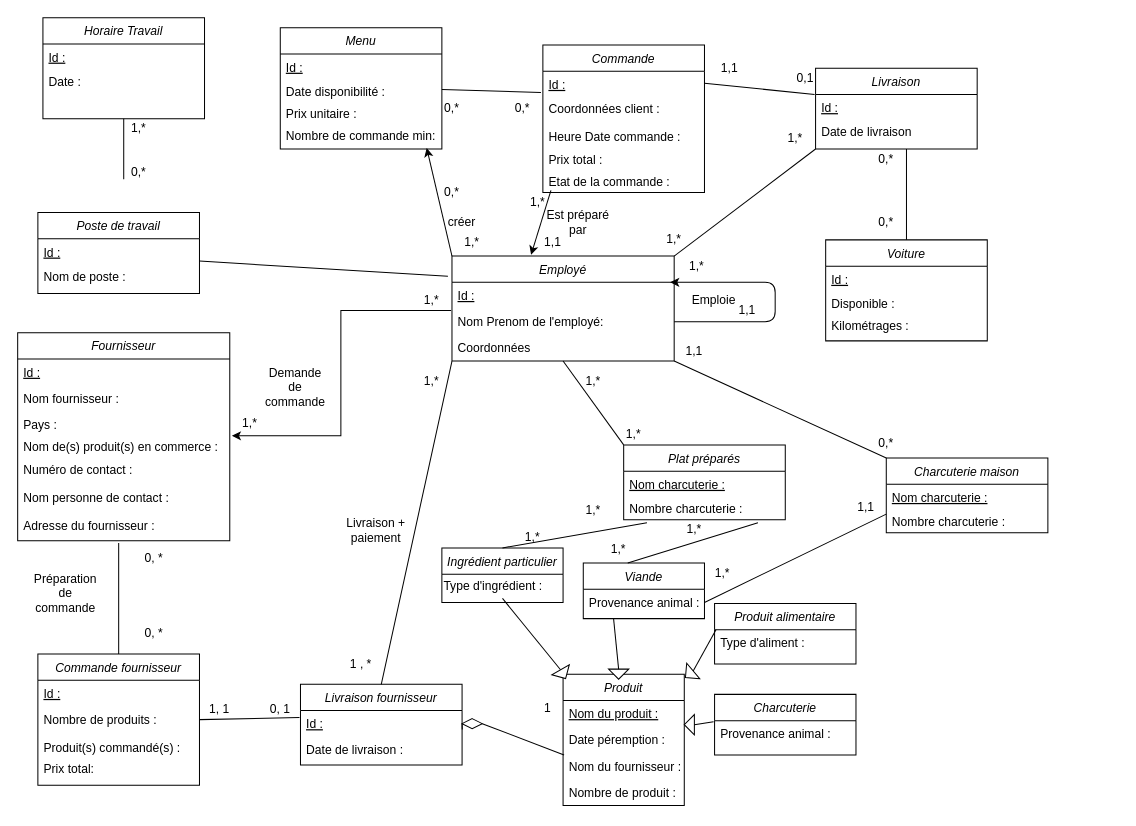
Earlier version of the draw.io diagram Untitled Diagram.drawio (NHatim/aca). Source tidied: cells renumbered, new cells numbered last; positions are measured from the earlier drawing's top-left corner, leaving out a move shared by most shapes. Both pictures are drawn from the tidied source at 101%, with x=0, y=0 at pixel (17, 17).
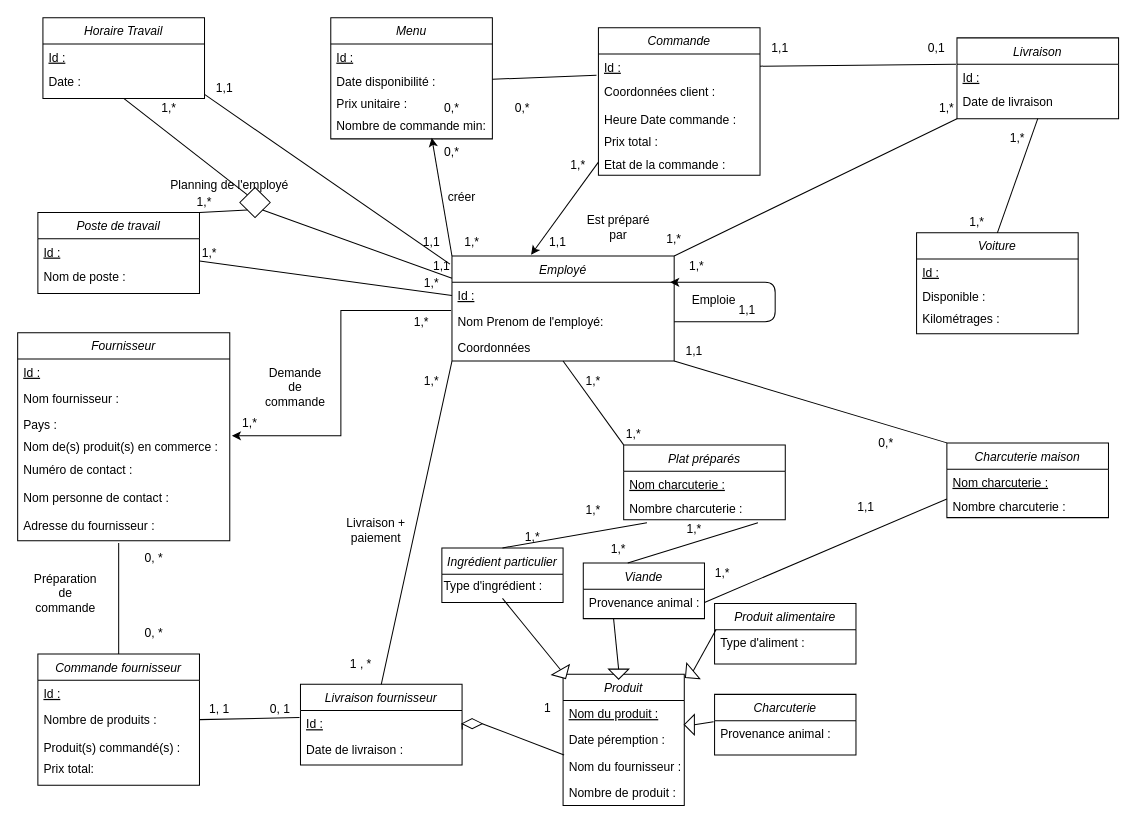
After the change.

Unchanged cells that the change refers to:
```xml
<mxCell id="33" value="Employé" style="swimlane;fontStyle=2;align=center;verticalAlign=top;horizontal=1;startSize=26;rounded=0;shadow=0;strokeWidth=1;" parent="1" vertex="1">
  <mxGeometry x="430" y="236" width="220" height="104" as="geometry" />
</mxCell>
<mxCell id="34" value="Id :" style="text;align=left;verticalAlign=top;spacingLeft=4;spacingRight=4;overflow=hidden;points=[[0,0.5],[1,0.5]];portConstraint=eastwest;fontStyle=4;" parent="33" vertex="1">
  <mxGeometry y="26" width="220" height="26" as="geometry" />
</mxCell>
<mxCell id="74" value="Etat de la commande :" style="text;align=left;verticalAlign=top;spacingLeft=4;spacingRight=4;overflow=hidden;points=[[0,0.5],[1,0.5]];portConstraint=eastwest;" parent="69" vertex="1">
  <mxGeometry y="122" width="160" height="22" as="geometry" />
</mxCell>
<mxCell id="86" value="Nombre de commande min:" style="text;align=left;verticalAlign=top;spacingLeft=4;spacingRight=4;overflow=hidden;points=[[0,0.5],[1,0.5]];portConstraint=eastwest;" parent="82" vertex="1">
  <mxGeometry y="94" width="160" height="22" as="geometry" />
</mxCell>
<mxCell id="127" value="Date :" style="text;align=left;verticalAlign=top;spacingLeft=4;spacingRight=4;overflow=hidden;points=[[0,0.5],[1,0.5]];portConstraint=eastwest;" parent="125" vertex="1">
  <mxGeometry y="50" width="160" height="22" as="geometry" />
</mxCell>
<mxCell id="128" value="Poste de travail" style="swimlane;fontStyle=2;align=center;verticalAlign=top;horizontal=1;startSize=26;rounded=0;shadow=0;strokeWidth=1;" parent="1" vertex="1">
  <mxGeometry x="20" y="193" width="160" height="80" as="geometry" />
</mxCell>
<mxCell id="130" value="Nom de poste :" style="text;align=left;verticalAlign=top;spacingLeft=4;spacingRight=4;overflow=hidden;points=[[0,0.5],[1,0.5]];portConstraint=eastwest;" parent="128" vertex="1">
  <mxGeometry y="50" width="160" height="22" as="geometry" />
</mxCell>
```

What changed in the source:
```diff
@@
     <mxCell id="56" value="Charcuterie maison" style="swimlane;fontStyle=2;align=center;verticalAlign=top;horizontal=1;startSize=26;rounded=0;shadow=0;strokeWidth=1;" parent="1" vertex="1">
-      <mxGeometry x="860" y="436" width="160" height="74" as="geometry" />
+      <mxGeometry x="920" y="421" width="160" height="74" as="geometry" />
     </mxCell>
@@
     <mxCell id="69" value="Commande" style="swimlane;fontStyle=2;align=center;verticalAlign=top;horizontal=1;startSize=26;rounded=0;shadow=0;strokeWidth=1;" parent="1" vertex="1">
-      <mxGeometry x="520" y="27" width="160" height="146" as="geometry" />
+      <mxGeometry x="575" y="10" width="160" height="146" as="geometry" />
     </mxCell>
@@
-    <mxCell id="75" style="endArrow=classic;html=1;entryX=0.356;entryY=-0.012;entryDx=0;entryDy=0;entryPerimeter=0;" parent="1" edge="1" target="33">
-      <mxGeometry relative="1" as="geometry">
-        <mxPoint x="528" y="171" as="sourcePoint" />
-      </mxGeometry>
+    <mxCell id="75" style="endArrow=classic;html=1;entryX=0.356;entryY=-0.012;entryDx=0;entryDy=0;entryPerimeter=0;exitX=0;exitY=0.5;exitDx=0;exitDy=0;" parent="1" edge="1" source="74" target="33">
+      <mxGeometry relative="1" as="geometry" />
     </mxCell>
     <mxCell id="76" value="Est préparé par" style="text;html=1;strokeColor=none;fillColor=none;align=center;verticalAlign=middle;whiteSpace=wrap;rounded=0;" parent="1" vertex="1">
-      <mxGeometry x="520" y="193" width="70" height="20" as="geometry" />
+      <mxGeometry x="560" y="198" width="70" height="20" as="geometry" />
     </mxCell>
     <mxCell id="77" value="1,*" style="text;html=1;strokeColor=none;fillColor=none;align=center;verticalAlign=middle;whiteSpace=wrap;rounded=0;" parent="1" vertex="1">
-      <mxGeometry x="495" y="173" width="40" height="20" as="geometry" />
+      <mxGeometry x="535" y="136" width="40" height="20" as="geometry" />
     </mxCell>
     <mxCell id="78" value="1,1" style="text;html=1;strokeColor=none;fillColor=none;align=center;verticalAlign=middle;whiteSpace=wrap;rounded=0;" parent="1" vertex="1">
-      <mxGeometry x="510" y="213" width="40" height="20" as="geometry" />
+      <mxGeometry x="515" y="213" width="40" height="20" as="geometry" />
     </mxCell>
@@
     <mxCell id="81" value="1,*" style="text;html=1;strokeColor=none;fillColor=none;align=center;verticalAlign=middle;whiteSpace=wrap;rounded=0;" parent="1" vertex="1">
-      <mxGeometry x="390" y="270" width="40" height="20" as="geometry" />
+      <mxGeometry x="380" y="292" width="40" height="20" as="geometry" />
     </mxCell>
     <mxCell id="82" value="Menu" style="swimlane;fontStyle=2;align=center;verticalAlign=top;horizontal=1;startSize=26;rounded=0;shadow=0;strokeWidth=1;" parent="1" vertex="1">
-      <mxGeometry x="260" y="10" width="160" height="120" as="geometry" />
+      <mxGeometry x="310" width="160" height="120" as="geometry" />
     </mxCell>
@@
     <mxCell id="88" value="créer" style="text;html=1;strokeColor=none;fillColor=none;align=center;verticalAlign=middle;whiteSpace=wrap;rounded=0;" parent="1" vertex="1">
-      <mxGeometry x="420" y="193" width="40" height="20" as="geometry" />
+      <mxGeometry x="420" y="168" width="40" height="20" as="geometry" />
     </mxCell>
@@
     <mxCell id="90" value="0,*" style="text;html=1;strokeColor=none;fillColor=none;align=center;verticalAlign=middle;whiteSpace=wrap;rounded=0;" parent="1" vertex="1">
-      <mxGeometry x="410" y="163" width="40" height="20" as="geometry" />
+      <mxGeometry x="410" y="123" width="40" height="20" as="geometry" />
     </mxCell>
-    <mxCell id="91" style="endArrow=classic;html=1;entryX=0.906;entryY=1.136;entryDx=0;entryDy=0;entryPerimeter=0;exitX=0;exitY=0;exitDx=0;exitDy=0;" parent="1" edge="1" source="33" target="86">
-      <mxGeometry relative="1" as="geometry" />
+    <mxCell id="91" style="endArrow=classic;html=1;exitX=0;exitY=0;exitDx=0;exitDy=0;" parent="1" edge="1" source="33">
+      <mxGeometry relative="1" as="geometry">
+        <mxPoint x="410" y="119" as="targetPoint" />
+      </mxGeometry>
     </mxCell>
@@
     <mxCell id="109" value="Voiture" style="swimlane;fontStyle=2;align=center;verticalAlign=top;horizontal=1;startSize=26;rounded=0;shadow=0;strokeWidth=1;" parent="1" vertex="1">
-      <mxGeometry x="800" y="220" width="160" height="100" as="geometry" />
+      <mxGeometry x="890" y="213" width="160" height="100" as="geometry" />
     </mxCell>
@@
     <mxCell id="113" value="Livraison" style="swimlane;fontStyle=2;align=center;verticalAlign=top;horizontal=1;startSize=26;rounded=0;shadow=0;strokeWidth=1;" parent="1" vertex="1">
-      <mxGeometry x="790" y="50" width="160" height="80" as="geometry" />
+      <mxGeometry x="930" y="20" width="160" height="80" as="geometry" />
     </mxCell>
@@
-    <mxCell id="118" style="endArrow=none;html=1;entryX=0.5;entryY=0;entryDx=0;entryDy=0;" parent="1" edge="1" target="109">
-      <mxGeometry relative="1" as="geometry">
-        <mxPoint x="880" y="130" as="sourcePoint" />
-      </mxGeometry>
+    <mxCell id="118" style="endArrow=none;html=1;entryX=0.5;entryY=0;entryDx=0;entryDy=0;exitX=0.5;exitY=1;exitDx=0;exitDy=0;" parent="1" edge="1" source="113" target="109">
+      <mxGeometry relative="1" as="geometry" />
     </mxCell>
     <mxCell id="119" value="1,1" style="text;html=1;strokeColor=none;fillColor=none;align=center;verticalAlign=middle;whiteSpace=wrap;rounded=0;" parent="1" vertex="1">
-      <mxGeometry x="685" y="40" width="40" height="20" as="geometry" />
+      <mxGeometry x="735" y="20" width="40" height="20" as="geometry" />
     </mxCell>
     <mxCell id="120" value="1,*" style="text;html=1;strokeColor=none;fillColor=none;align=center;verticalAlign=middle;whiteSpace=wrap;rounded=0;" parent="1" vertex="1">
-      <mxGeometry x="750" y="110" width="40" height="20" as="geometry" />
+      <mxGeometry x="930" y="193" width="40" height="20" as="geometry" />
     </mxCell>
@@
-    <mxCell id="122" value="0,*" style="text;html=1;strokeColor=none;fillColor=none;align=center;verticalAlign=middle;whiteSpace=wrap;rounded=0;" parent="1" vertex="1">
-      <mxGeometry x="840" y="130" width="40" height="20" as="geometry" />
+    <mxCell id="122" value="1,*" style="text;html=1;strokeColor=none;fillColor=none;align=center;verticalAlign=middle;whiteSpace=wrap;rounded=0;" parent="1" vertex="1">
+      <mxGeometry x="970" y="110" width="40" height="20" as="geometry" />
     </mxCell>
-    <mxCell id="123" value="0,*" style="text;html=1;strokeColor=none;fillColor=none;align=center;verticalAlign=middle;whiteSpace=wrap;rounded=0;" parent="1" vertex="1">
-      <mxGeometry x="840" y="193" width="40" height="20" as="geometry" />
+    <mxCell id="123" value="1,*" style="text;html=1;strokeColor=none;fillColor=none;align=center;verticalAlign=middle;whiteSpace=wrap;rounded=0;" parent="1" vertex="1">
+      <mxGeometry x="900" y="80" width="40" height="20" as="geometry" />
     </mxCell>
     <mxCell id="124" value="0,1" style="text;html=1;strokeColor=none;fillColor=none;align=center;verticalAlign=middle;whiteSpace=wrap;rounded=0;" parent="1" vertex="1">
-      <mxGeometry x="760" y="50" width="40" height="20" as="geometry" />
+      <mxGeometry x="890" y="20" width="40" height="20" as="geometry" />
     </mxCell>
     <mxCell id="125" value="Horaire Travail" style="swimlane;fontStyle=2;align=center;verticalAlign=top;horizontal=1;startSize=26;rounded=0;shadow=0;strokeWidth=1;" parent="1" vertex="1">
-      <mxGeometry x="25" width="160" height="100" as="geometry" />
+      <mxGeometry x="25" width="160" height="80" as="geometry" />
     </mxCell>
@@
-    <mxCell id="131" style="endArrow=none;html=1;entryX=0.5;entryY=1;entryDx=0;entryDy=0;" parent="1" edge="1" target="125">
-      <mxGeometry relative="1" as="geometry">
-        <mxPoint x="105" y="160" as="sourcePoint" />
-      </mxGeometry>
+    <mxCell id="131" style="endArrow=none;html=1;entryX=0.5;entryY=1;entryDx=0;entryDy=0;exitX=0;exitY=0;exitDx=0;exitDy=0;" parent="1" edge="1" source="135" target="125">
+      <mxGeometry relative="1" as="geometry" />
     </mxCell>
-    <mxCell id="132" style="endArrow=none;html=1;exitX=1;exitY=-0.091;exitDx=0;exitDy=0;exitPerimeter=0;" parent="1" edge="1" source="130">
-      <mxGeometry relative="1" as="geometry">
-        <mxPoint x="426" y="256" as="targetPoint" />
-      </mxGeometry>
+    <mxCell id="132" style="endArrow=none;html=1;exitX=1;exitY=-0.091;exitDx=0;exitDy=0;exitPerimeter=0;entryX=0;entryY=0.5;entryDx=0;entryDy=0;" parent="1" edge="1" source="130" target="34">
+      <mxGeometry relative="1" as="geometry" />
     </mxCell>
-    <mxCell id="133" value="0,*" style="text;html=1;strokeColor=none;fillColor=none;align=center;verticalAlign=middle;whiteSpace=wrap;rounded=0;" parent="1" vertex="1">
-      <mxGeometry x="100" y="143" width="40" height="20" as="geometry" />
-    </mxCell>
     <mxCell id="134" value="1,*" style="text;html=1;strokeColor=none;fillColor=none;align=center;verticalAlign=middle;whiteSpace=wrap;rounded=0;" parent="1" vertex="1">
-      <mxGeometry x="100" y="100" width="40" height="20" as="geometry" />
+      <mxGeometry x="130" y="80" width="40" height="20" as="geometry" />
     </mxCell>
+    <mxCell id="135" style="rhombus;whiteSpace=wrap;html=1;" parent="1" vertex="1">
+      <mxGeometry x="220" y="168" width="30" height="30" as="geometry" />
+    </mxCell>
+    <mxCell id="136" style="endArrow=none;html=1;exitX=1;exitY=0;exitDx=0;exitDy=0;entryX=0;entryY=1;entryDx=0;entryDy=0;" parent="1" edge="1" source="128" target="135">
+      <mxGeometry relative="1" as="geometry" />
+    </mxCell>
+    <mxCell id="137" style="endArrow=none;html=1;exitX=1;exitY=1;exitDx=0;exitDy=0;entryX=1;entryY=0.25;entryDx=0;entryDy=0;" parent="1" edge="1" source="135" target="140">
+      <mxGeometry relative="1" as="geometry" />
+    </mxCell>
+    <mxCell id="138" value="Planning de l'employé" style="text;html=1;strokeColor=none;fillColor=none;align=center;verticalAlign=middle;whiteSpace=wrap;rounded=0;" parent="1" vertex="1">
+      <mxGeometry x="140" y="156" width="140" height="20" as="geometry" />
+    </mxCell>
+    <mxCell id="139" style="edgeStyle=orthogonalEdgeStyle;rounded=0;orthogonalLoop=1;jettySize=auto;html=1;exitX=0.5;exitY=1;exitDx=0;exitDy=0;" parent="1" edge="1">
+      <mxGeometry relative="1" as="geometry">
+        <mxPoint x="190" y="270" as="sourcePoint" />
+        <mxPoint x="190" y="270" as="targetPoint" />
+      </mxGeometry>
+    </mxCell>
+    <mxCell id="140" value="1,*" style="text;html=1;strokeColor=none;fillColor=none;align=center;verticalAlign=middle;whiteSpace=wrap;rounded=0;" parent="1" vertex="1">
+      <mxGeometry x="390" y="253" width="40" height="20" as="geometry" />
+    </mxCell>
+    <mxCell id="141" value="1,1" style="text;html=1;strokeColor=none;fillColor=none;align=center;verticalAlign=middle;whiteSpace=wrap;rounded=0;" parent="1" vertex="1">
+      <mxGeometry x="390" y="213" width="40" height="20" as="geometry" />
+    </mxCell>
+    <mxCell id="142" value="1,*" style="text;html=1;strokeColor=none;fillColor=none;align=center;verticalAlign=middle;whiteSpace=wrap;rounded=0;" parent="1" vertex="1">
+      <mxGeometry x="170" y="223" width="40" height="20" as="geometry" />
+    </mxCell>
+    <mxCell id="143" value="1,*" style="text;html=1;strokeColor=none;fillColor=none;align=center;verticalAlign=middle;whiteSpace=wrap;rounded=0;" parent="1" vertex="1">
+      <mxGeometry x="165" y="173" width="40" height="20" as="geometry" />
+    </mxCell>
+    <mxCell id="144" style="endArrow=none;html=1;exitX=1;exitY=1.182;exitDx=0;exitDy=0;exitPerimeter=0;entryX=-0.009;entryY=0.077;entryDx=0;entryDy=0;entryPerimeter=0;" parent="1" edge="1" source="127" target="33">
+      <mxGeometry relative="1" as="geometry" />
+    </mxCell>
+    <mxCell id="145" value="1,1" style="text;html=1;strokeColor=none;fillColor=none;align=center;verticalAlign=middle;whiteSpace=wrap;rounded=0;" parent="1" vertex="1">
+      <mxGeometry x="185" y="60" width="40" height="20" as="geometry" />
+    </mxCell>
+    <mxCell id="146" value="1,1" style="text;html=1;strokeColor=none;fillColor=none;align=center;verticalAlign=middle;whiteSpace=wrap;rounded=0;" parent="1" vertex="1">
+      <mxGeometry x="400" y="236" width="40" height="20" as="geometry" />
+    </mxCell>
```
